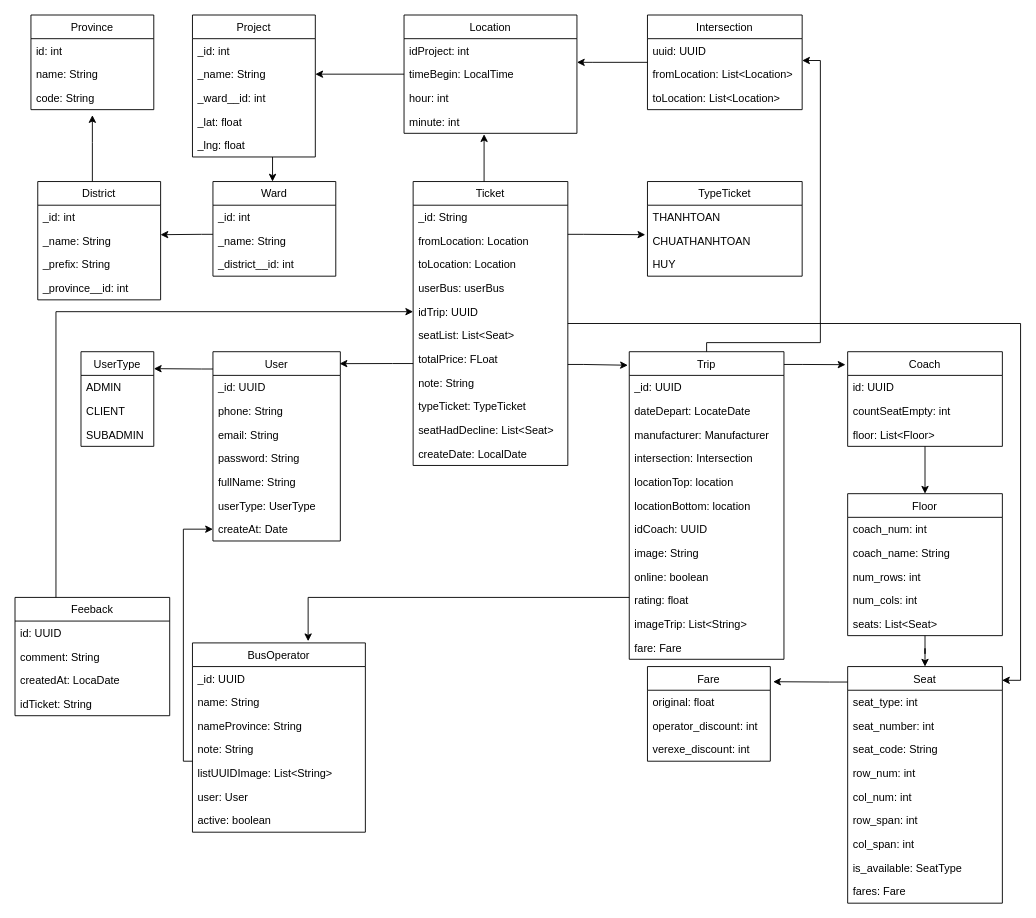
Before: Untitled Diagram.drawio in quannguyen1999/manage-disks, a draw.io diagram. Source tidied: cells renumbered, new cells numbered last; positions are measured from the earlier drawing's top-left corner, leaving out a move shared by most shapes. Both pictures are drawn from the tidied source at 91%, with x=0, y=0 at pixel (15, 15).
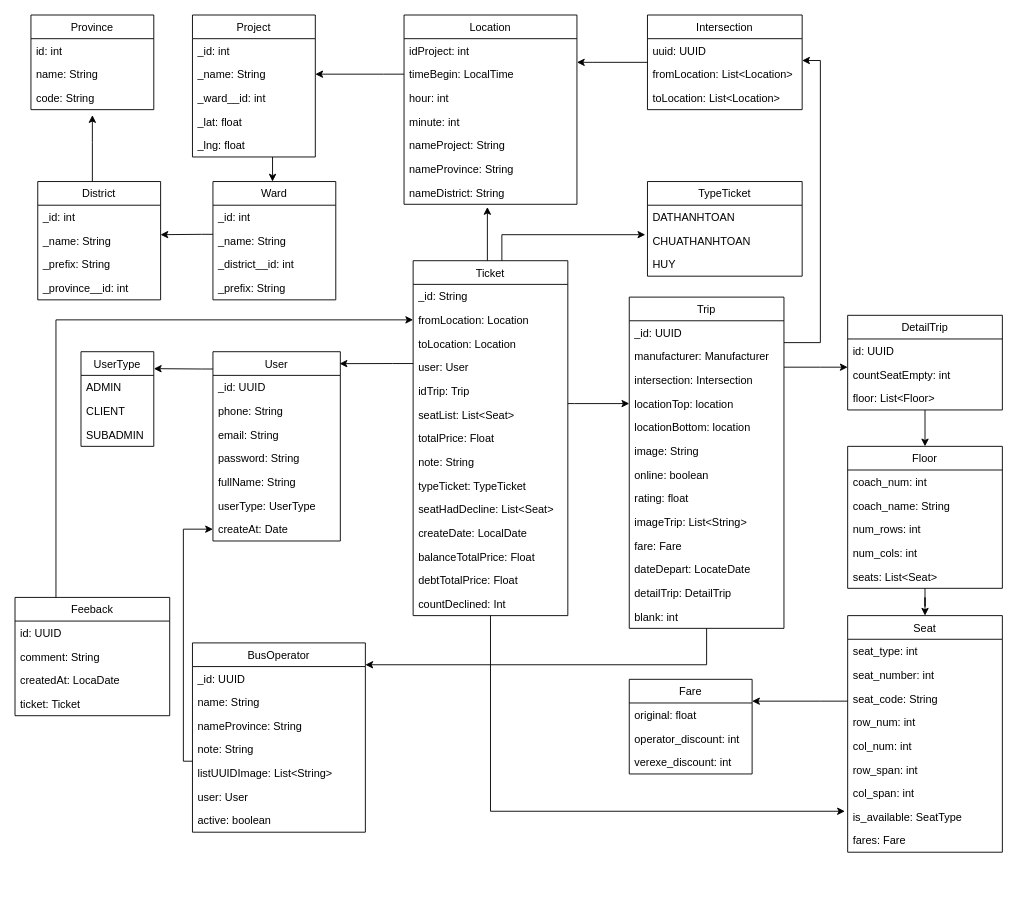
The same page after the edit.

Unchanged cells that the change refers to:
```xml
<mxCell id="33" value="_name: String" style="text;strokeColor=none;fillColor=none;align=left;verticalAlign=top;spacingLeft=4;spacingRight=4;overflow=hidden;points=[[0,0.5],[1,0.5]];portConstraint=eastwest;" parent="31" vertex="1">
  <mxGeometry y="52" width="135" height="26" as="geometry" />
</mxCell>
<mxCell id="38" value="BusOperator" style="swimlane;fontStyle=0;horizontal=1;startSize=26;fillColor=none;" parent="1" vertex="1">
  <mxGeometry x="195" y="690" width="190" height="208" as="geometry" />
</mxCell>
<mxCell id="39" value="_id: UUID" style="text;strokeColor=none;fillColor=none;align=left;verticalAlign=top;spacingLeft=4;spacingRight=4;overflow=hidden;points=[[0,0.5],[1,0.5]];portConstraint=eastwest;" parent="38" vertex="1">
  <mxGeometry y="26" width="190" height="26" as="geometry" />
</mxCell>
<mxCell id="51" value="minute: int" style="text;strokeColor=none;fillColor=none;align=left;verticalAlign=top;spacingLeft=4;spacingRight=4;overflow=hidden;points=[[0,0.5],[1,0.5]];portConstraint=eastwest;" parent="47" vertex="1">
  <mxGeometry y="104" width="190" height="26" as="geometry" />
</mxCell>
<mxCell id="66" value="is_available: SeatType" style="text;strokeColor=none;fillColor=none;align=left;verticalAlign=top;spacingLeft=4;spacingRight=4;overflow=hidden;points=[[0,0.5],[1,0.5]];portConstraint=eastwest;" parent="58" vertex="1">
  <mxGeometry y="208" width="170" height="26" as="geometry" />
</mxCell>
<mxCell id="94" value="countSeatEmpty: int" style="text;strokeColor=none;fillColor=none;align=left;verticalAlign=top;spacingLeft=4;spacingRight=4;overflow=hidden;points=[[0,0.5],[1,0.5]];portConstraint=eastwest;" parent="92" vertex="1">
  <mxGeometry y="52" width="170" height="26" as="geometry" />
</mxCell>
<mxCell id="96" value="TypeTicket" style="swimlane;fontStyle=0;horizontal=1;startSize=26;fillColor=none;" parent="1" vertex="1">
  <mxGeometry x="695" y="183" width="170" height="104" as="geometry" />
</mxCell>
<mxCell id="98" value="CHUATHANHTOAN" style="text;strokeColor=none;fillColor=none;align=left;verticalAlign=top;spacingLeft=4;spacingRight=4;overflow=hidden;points=[[0,0.5],[1,0.5]];portConstraint=eastwest;" parent="96" vertex="1">
  <mxGeometry y="52" width="170" height="26" as="geometry" />
</mxCell>
<mxCell id="118" value="Feeback" style="swimlane;fontStyle=0;horizontal=1;startSize=26;fillColor=none;" parent="1" vertex="1">
  <mxGeometry y="640" width="170" height="130" as="geometry" />
</mxCell>
<mxCell id="124" value="original: float" style="text;strokeColor=none;fillColor=none;align=left;verticalAlign=top;spacingLeft=4;spacingRight=4;overflow=hidden;points=[[0,0.5],[1,0.5]];portConstraint=eastwest;" parent="123" vertex="1">
  <mxGeometry y="26" width="135" height="26" as="geometry" />
</mxCell>
```

The edit, as a diff of the source:
```diff
@@
     <mxCell id="16" value="Ward" style="swimlane;fontStyle=0;horizontal=1;startSize=26;fillColor=none;" parent="1" vertex="1">
-      <mxGeometry x="217.5" y="183" width="135" height="104" as="geometry" />
+      <mxGeometry x="217.5" y="183" width="135" height="130" as="geometry" />
     </mxCell>
@@
+    <mxCell id="127" value="_prefix: String" style="text;strokeColor=none;fillColor=none;align=left;verticalAlign=top;spacingLeft=4;spacingRight=4;overflow=hidden;" parent="16" vertex="1">
+      <mxGeometry y="104" width="135" height="26" as="geometry" />
+    </mxCell>
@@
     <mxCell id="46" style="edgeStyle=orthogonalEdgeStyle;rounded=0;jettySize=auto;html=1;entryX=1;entryY=0.5;entryDx=0;entryDy=0;" parent="1" edge="1" source="47" target="33">
-      <mxGeometry relative="1" as="geometry" />
+      <mxGeometry relative="1" as="geometry">
+        <Array as="points">
+          <mxPoint x="405" y="65" />
+          <mxPoint x="405" y="65" />
+        </Array>
+      </mxGeometry>
     </mxCell>
     <mxCell id="47" value="Location" style="swimlane;fontStyle=0;horizontal=1;startSize=26;fillColor=none;" parent="1" vertex="1">
-      <mxGeometry x="427.5" width="190" height="130" as="geometry" />
+      <mxGeometry x="427.5" width="190" height="208" as="geometry" />
     </mxCell>
@@
+    <mxCell id="128" value="nameProject: String" style="text;strokeColor=none;fillColor=none;align=left;verticalAlign=top;spacingLeft=4;spacingRight=4;overflow=hidden;" parent="47" vertex="1">
+      <mxGeometry y="130" width="190" height="26" as="geometry" />
+    </mxCell>
+    <mxCell id="129" value="nameProvince: String" style="text;strokeColor=none;fillColor=none;align=left;verticalAlign=top;spacingLeft=4;spacingRight=4;overflow=hidden;" parent="47" vertex="1">
+      <mxGeometry y="156" width="190" height="26" as="geometry" />
+    </mxCell>
+    <mxCell id="130" value="nameDistrict: String" style="text;strokeColor=none;fillColor=none;align=left;verticalAlign=top;spacingLeft=4;spacingRight=4;overflow=hidden;points=[[0,0.5],[1,0.5]];portConstraint=eastwest;" parent="47" vertex="1">
+      <mxGeometry y="182" width="190" height="26" as="geometry" />
+    </mxCell>
@@
-    <mxCell id="57" style="edgeStyle=orthogonalEdgeStyle;rounded=0;jettySize=auto;html=1;entryX=1.023;entryY=0.16;entryDx=0;entryDy=0;entryPerimeter=0;" parent="1" edge="1" source="58" target="123">
-      <mxGeometry relative="1" as="geometry">
-        <Array as="points">
-          <mxPoint x="895" y="733" />
-          <mxPoint x="895" y="733" />
-        </Array>
-      </mxGeometry>
-    </mxCell>
+    <mxCell id="131" style="edgeStyle=orthogonalEdgeStyle;rounded=0;jettySize=auto;html=1;entryX=1;entryY=-0.077;entryDx=0;entryDy=0;entryPerimeter=0;" parent="1" edge="1" source="58" target="124">
+      <mxGeometry relative="1" as="geometry">
+        <Array as="points">
+          <mxPoint x="885" y="754" />
+          <mxPoint x="885" y="754" />
+        </Array>
+      </mxGeometry>
+    </mxCell>
     <mxCell id="58" value="Seat" style="swimlane;fontStyle=0;horizontal=1;startSize=26;fillColor=none;" parent="1" vertex="1">
-      <mxGeometry x="915" y="716" width="170" height="260" as="geometry" />
+      <mxGeometry x="915" y="660" width="170" height="260" as="geometry" />
     </mxCell>
@@
     <mxCell id="69" value="Floor" style="swimlane;fontStyle=0;horizontal=1;startSize=26;fillColor=none;" parent="1" vertex="1">
-      <mxGeometry x="915" y="526" width="170" height="156" as="geometry" />
+      <mxGeometry x="915" y="474" width="170" height="156" as="geometry" />
     </mxCell>
@@
-    <mxCell id="76" style="edgeStyle=orthogonalEdgeStyle;rounded=0;jettySize=auto;html=1;entryX=-0.014;entryY=0.137;entryDx=0;entryDy=0;entryPerimeter=0;" parent="1" edge="1" source="78" target="92">
-      <mxGeometry relative="1" as="geometry">
-        <Array as="points">
-          <mxPoint x="865" y="384" />
-          <mxPoint x="865" y="384" />
-        </Array>
-      </mxGeometry>
-    </mxCell>
-    <mxCell id="77" style="edgeStyle=orthogonalEdgeStyle;rounded=0;jettySize=auto;html=1;entryX=0.669;entryY=-0.009;entryDx=0;entryDy=0;entryPerimeter=0;" parent="1" edge="1" source="78" target="38">
-      <mxGeometry relative="1" as="geometry">
-        <Array as="points">
-          <mxPoint x="322" y="640" />
-        </Array>
-      </mxGeometry>
-    </mxCell>
+    <mxCell id="132" style="edgeStyle=orthogonalEdgeStyle;rounded=0;jettySize=auto;html=1;entryX=0;entryY=0.192;entryDx=0;entryDy=0;entryPerimeter=0;" parent="1" edge="1" source="78" target="94">
+      <mxGeometry relative="1" as="geometry">
+        <Array as="points">
+          <mxPoint x="885" y="387" />
+          <mxPoint x="885" y="387" />
+        </Array>
+      </mxGeometry>
+    </mxCell>
+    <mxCell id="133" style="edgeStyle=orthogonalEdgeStyle;rounded=0;jettySize=auto;html=1;entryX=1;entryY=-0.077;entryDx=0;entryDy=0;entryPerimeter=0;" parent="1" edge="1" source="78" target="39">
+      <mxGeometry relative="1" as="geometry" />
+    </mxCell>
     <mxCell id="78" value="Trip" style="swimlane;fontStyle=0;horizontal=1;startSize=26;fillColor=none;" parent="1" vertex="1">
-      <mxGeometry x="675" y="370" width="170" height="338" as="geometry" />
+      <mxGeometry x="675" y="310" width="170" height="364" as="geometry" />
     </mxCell>
@@
-    <mxCell id="80" value="dateDepart: LocateDate" style="text;strokeColor=none;fillColor=none;align=left;verticalAlign=top;spacingLeft=4;spacingRight=4;overflow=hidden;" parent="78" vertex="1">
-      <mxGeometry y="52" width="170" height="26" as="geometry" />
-    </mxCell>
     <mxCell id="81" value="manufacturer: Manufacturer" style="text;strokeColor=none;fillColor=none;align=left;verticalAlign=top;spacingLeft=4;spacingRight=4;overflow=hidden;" parent="78" vertex="1">
-      <mxGeometry y="78" width="170" height="26" as="geometry" />
+      <mxGeometry y="52" width="170" height="26" as="geometry" />
     </mxCell>
     <mxCell id="82" value="intersection: Intersection" style="text;strokeColor=none;fillColor=none;align=left;verticalAlign=top;spacingLeft=4;spacingRight=4;overflow=hidden;" parent="78" vertex="1">
-      <mxGeometry y="104" width="170" height="26" as="geometry" />
+      <mxGeometry y="78" width="170" height="26" as="geometry" />
     </mxCell>
     <mxCell id="83" value="locationTop: location" style="text;strokeColor=none;fillColor=none;align=left;verticalAlign=top;spacingLeft=4;spacingRight=4;overflow=hidden;points=[[0,0.5],[1,0.5]];portConstraint=eastwest;" parent="78" vertex="1">
-      <mxGeometry y="130" width="170" height="26" as="geometry" />
+      <mxGeometry y="104" width="170" height="26" as="geometry" />
     </mxCell>
     <mxCell id="84" value="locationBottom: location" style="text;strokeColor=none;fillColor=none;align=left;verticalAlign=top;spacingLeft=4;spacingRight=4;overflow=hidden;" parent="78" vertex="1">
-      <mxGeometry y="156" width="170" height="26" as="geometry" />
+      <mxGeometry y="130" width="170" height="26" as="geometry" />
     </mxCell>
-    <mxCell id="85" value="idCoach: UUID" style="text;strokeColor=none;fillColor=none;align=left;verticalAlign=top;spacingLeft=4;spacingRight=4;overflow=hidden;" parent="78" vertex="1">
-      <mxGeometry y="182" width="170" height="26" as="geometry" />
-    </mxCell>
     <mxCell id="86" value="image: String" style="text;strokeColor=none;fillColor=none;align=left;verticalAlign=top;spacingLeft=4;spacingRight=4;overflow=hidden;" parent="78" vertex="1">
-      <mxGeometry y="208" width="170" height="26" as="geometry" />
+      <mxGeometry y="156" width="170" height="26" as="geometry" />
     </mxCell>
     <mxCell id="87" value="online: boolean" style="text;strokeColor=none;fillColor=none;align=left;verticalAlign=top;spacingLeft=4;spacingRight=4;overflow=hidden;" parent="78" vertex="1">
-      <mxGeometry y="234" width="170" height="26" as="geometry" />
+      <mxGeometry y="182" width="170" height="26" as="geometry" />
     </mxCell>
     <mxCell id="88" value="rating: float" style="text;strokeColor=none;fillColor=none;align=left;verticalAlign=top;spacingLeft=4;spacingRight=4;overflow=hidden;" parent="78" vertex="1">
-      <mxGeometry y="260" width="170" height="26" as="geometry" />
+      <mxGeometry y="208" width="170" height="26" as="geometry" />
     </mxCell>
     <mxCell id="89" value="imageTrip: List&lt;String&gt;" style="text;strokeColor=none;fillColor=none;align=left;verticalAlign=top;spacingLeft=4;spacingRight=4;overflow=hidden;" parent="78" vertex="1">
-      <mxGeometry y="286" width="170" height="26" as="geometry" />
+      <mxGeometry y="234" width="170" height="26" as="geometry" />
     </mxCell>
     <mxCell id="90" value="fare: Fare" style="text;strokeColor=none;fillColor=none;align=left;verticalAlign=top;spacingLeft=4;spacingRight=4;overflow=hidden;" parent="78" vertex="1">
-      <mxGeometry y="312" width="170" height="26" as="geometry" />
+      <mxGeometry y="260" width="170" height="26" as="geometry" />
     </mxCell>
+    <mxCell id="80" value="dateDepart: LocateDate" style="text;strokeColor=none;fillColor=none;align=left;verticalAlign=top;spacingLeft=4;spacingRight=4;overflow=hidden;" parent="78" vertex="1">
+      <mxGeometry y="286" width="170" height="26" as="geometry" />
+    </mxCell>
+    <mxCell id="134" value="detailTrip: DetailTrip" style="text;strokeColor=none;fillColor=none;align=left;verticalAlign=top;spacingLeft=4;spacingRight=4;overflow=hidden;" parent="78" vertex="1">
+      <mxGeometry y="312" width="170" height="26" as="geometry" />
+    </mxCell>
+    <mxCell id="135" value="blank: int" style="text;strokeColor=none;fillColor=none;align=left;verticalAlign=top;spacingLeft=4;spacingRight=4;overflow=hidden;" parent="78" vertex="1">
+      <mxGeometry y="338" width="170" height="26" as="geometry" />
+    </mxCell>
@@
-    <mxCell id="92" value="Coach" style="swimlane;fontStyle=0;horizontal=1;startSize=26;fillColor=none;" parent="1" vertex="1">
-      <mxGeometry x="915" y="370" width="170" height="104" as="geometry" />
+    <mxCell id="92" value="DetailTrip" style="swimlane;fontStyle=0;horizontal=1;startSize=26;fillColor=none;" parent="1" vertex="1">
+      <mxGeometry x="915" y="330" width="170" height="104" as="geometry" />
     </mxCell>
@@
-    <mxCell id="97" value="THANHTOAN" style="text;strokeColor=none;fillColor=none;align=left;verticalAlign=top;spacingLeft=4;spacingRight=4;overflow=hidden;" parent="96" vertex="1">
+    <mxCell id="97" value="DATHANHTOAN" style="text;strokeColor=none;fillColor=none;align=left;verticalAlign=top;spacingLeft=4;spacingRight=4;overflow=hidden;" parent="96" vertex="1">
       <mxGeometry y="26" width="170" height="26" as="geometry" />
     </mxCell>
@@
-    <mxCell id="101" style="edgeStyle=orthogonalEdgeStyle;rounded=0;jettySize=auto;html=1;entryX=0.463;entryY=1.038;entryDx=0;entryDy=0;entryPerimeter=0;" parent="1" edge="1" source="105" target="51">
-      <mxGeometry relative="1" as="geometry">
-        <Array as="points">
-          <mxPoint x="515" y="210" />
-          <mxPoint x="515" y="210" />
-        </Array>
-      </mxGeometry>
-    </mxCell>
     <mxCell id="102" style="edgeStyle=orthogonalEdgeStyle;rounded=0;jettySize=auto;html=1;entryX=-0.014;entryY=0.246;entryDx=0;entryDy=0;entryPerimeter=0;" parent="1" edge="1" source="105" target="98">
       <mxGeometry relative="1" as="geometry">
         <Array as="points">
-          <mxPoint x="625" y="241" />
-          <mxPoint x="625" y="241" />
+          <mxPoint x="535" y="241" />
         </Array>
       </mxGeometry>
     </mxCell>
-    <mxCell id="103" style="edgeStyle=orthogonalEdgeStyle;rounded=0;jettySize=auto;html=1;entryX=-0.009;entryY=0.044;entryDx=0;entryDy=0;entryPerimeter=0;" parent="1" edge="1" source="105" target="78">
-      <mxGeometry relative="1" as="geometry">
-        <Array as="points">
-          <mxPoint x="625" y="384" />
-          <mxPoint x="625" y="384" />
-        </Array>
-      </mxGeometry>
-    </mxCell>
-    <mxCell id="104" style="edgeStyle=orthogonalEdgeStyle;rounded=0;jettySize=auto;html=1;entryX=0.998;entryY=0.058;entryDx=0;entryDy=0;entryPerimeter=0;" parent="1" edge="1" source="105" target="58">
-      <mxGeometry relative="1" as="geometry" />
-    </mxCell>
+    <mxCell id="136" style="edgeStyle=orthogonalEdgeStyle;rounded=0;jettySize=auto;html=1;entryX=0.482;entryY=1.115;entryDx=0;entryDy=0;entryPerimeter=0;" parent="1" edge="1" source="105" target="130">
+      <mxGeometry relative="1" as="geometry">
+        <Array as="points">
+          <mxPoint x="519" y="210" />
+          <mxPoint x="519" y="210" />
+        </Array>
+      </mxGeometry>
+    </mxCell>
+    <mxCell id="137" style="edgeStyle=orthogonalEdgeStyle;rounded=0;jettySize=auto;html=1;entryX=0;entryY=0.5;entryDx=0;entryDy=0;" parent="1" edge="1" source="105" target="83">
+      <mxGeometry relative="1" as="geometry">
+        <Array as="points">
+          <mxPoint x="615" y="427" />
+          <mxPoint x="615" y="427" />
+        </Array>
+      </mxGeometry>
+    </mxCell>
+    <mxCell id="138" style="edgeStyle=orthogonalEdgeStyle;rounded=0;jettySize=auto;html=1;entryX=-0.018;entryY=0.269;entryDx=0;entryDy=0;entryPerimeter=0;" parent="1" edge="1" source="105" target="66">
+      <mxGeometry relative="1" as="geometry" />
+    </mxCell>
     <mxCell id="105" value="Ticket" style="swimlane;fontStyle=0;horizontal=1;startSize=26;fillColor=none;" parent="1" vertex="1">
-      <mxGeometry x="437.5" y="183" width="170" height="312" as="geometry" />
+      <mxGeometry x="437.5" y="270" width="170" height="390" as="geometry" />
     </mxCell>
@@
-    <mxCell id="109" value="userBus: userBus" style="text;strokeColor=none;fillColor=none;align=left;verticalAlign=top;spacingLeft=4;spacingRight=4;overflow=hidden;" parent="105" vertex="1">
-      <mxGeometry y="104" width="170" height="26" as="geometry" />
-    </mxCell>
-    <mxCell id="110" value="idTrip: UUID" style="text;strokeColor=none;fillColor=none;align=left;verticalAlign=top;spacingLeft=4;spacingRight=4;overflow=hidden;points=[[0,0.5],[1,0.5]];portConstraint=eastwest;" parent="105" vertex="1">
-      <mxGeometry y="130" width="170" height="26" as="geometry" />
-    </mxCell>
+    <mxCell id="139" value="user: User" style="text;strokeColor=none;fillColor=none;align=left;verticalAlign=top;spacingLeft=4;spacingRight=4;overflow=hidden;" parent="105" vertex="1">
+      <mxGeometry y="104" width="170" height="26" as="geometry" />
+    </mxCell>
+    <mxCell id="140" value="idTrip: Trip" style="text;strokeColor=none;fillColor=none;align=left;verticalAlign=top;spacingLeft=4;spacingRight=4;overflow=hidden;" parent="105" vertex="1">
+      <mxGeometry y="130" width="170" height="26" as="geometry" />
+    </mxCell>
@@
-    <mxCell id="112" value="totalPrice: FLoat" style="text;strokeColor=none;fillColor=none;align=left;verticalAlign=top;spacingLeft=4;spacingRight=4;overflow=hidden;" parent="105" vertex="1">
-      <mxGeometry y="182" width="170" height="26" as="geometry" />
-    </mxCell>
+    <mxCell id="141" value="totalPrice: Float" style="text;strokeColor=none;fillColor=none;align=left;verticalAlign=top;spacingLeft=4;spacingRight=4;overflow=hidden;" parent="105" vertex="1">
+      <mxGeometry y="182" width="170" height="26" as="geometry" />
+    </mxCell>
@@
-    <mxCell id="117" style="edgeStyle=orthogonalEdgeStyle;rounded=0;jettySize=auto;html=1;entryX=0;entryY=0.5;entryDx=0;entryDy=0;" parent="1" edge="1" source="118" target="110">
-      <mxGeometry relative="1" as="geometry">
-        <Array as="points">
-          <mxPoint x="45" y="326" />
-        </Array>
-      </mxGeometry>
-    </mxCell>
+    <mxCell id="142" value="balanceTotalPrice: Float" style="text;strokeColor=none;fillColor=none;align=left;verticalAlign=top;spacingLeft=4;spacingRight=4;overflow=hidden;" parent="105" vertex="1">
+      <mxGeometry y="312" width="170" height="26" as="geometry" />
+    </mxCell>
+    <mxCell id="143" value="debtTotalPrice: Float" style="text;strokeColor=none;fillColor=none;align=left;verticalAlign=top;spacingLeft=4;spacingRight=4;overflow=hidden;" parent="105" vertex="1">
+      <mxGeometry y="338" width="170" height="26" as="geometry" />
+    </mxCell>
+    <mxCell id="144" value="countDeclined: Int" style="text;strokeColor=none;fillColor=none;align=left;verticalAlign=top;spacingLeft=4;spacingRight=4;overflow=hidden;" parent="105" vertex="1">
+      <mxGeometry y="364" width="170" height="26" as="geometry" />
+    </mxCell>
+    <mxCell id="145" style="edgeStyle=orthogonalEdgeStyle;rounded=0;jettySize=auto;html=1;" parent="1" edge="1" source="118">
+      <mxGeometry relative="1" as="geometry">
+        <mxPoint x="437.5" y="335" as="targetPoint" />
+        <Array as="points">
+          <mxPoint x="45" y="335" />
+        </Array>
+      </mxGeometry>
+    </mxCell>
@@
-    <mxCell id="122" value="idTicket: String" style="text;strokeColor=none;fillColor=none;align=left;verticalAlign=top;spacingLeft=4;spacingRight=4;overflow=hidden;" parent="118" vertex="1">
+    <mxCell id="122" value="ticket: Ticket" style="text;strokeColor=none;fillColor=none;align=left;verticalAlign=top;spacingLeft=4;spacingRight=4;overflow=hidden;" parent="118" vertex="1">
       <mxGeometry y="104" width="170" height="26" as="geometry" />
     </mxCell>
     <mxCell id="123" value="Fare" style="swimlane;fontStyle=0;horizontal=1;startSize=26;fillColor=none;" parent="1" vertex="1">
-      <mxGeometry x="695" y="716" width="135" height="104" as="geometry" />
+      <mxGeometry x="675" y="730" width="135" height="104" as="geometry" />
     </mxCell>
```
